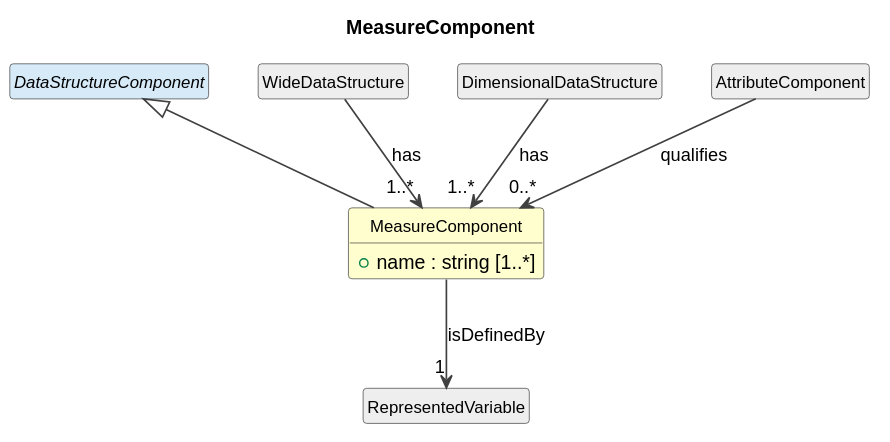
Cross-Domain-Interoperability-Framework/metadataBuildingBlocks keeps this PlantUML diagram as cdif-uml-model/_plantuml/cdifDataStructure/Classes/MeasureComponent.svg. Above is the earlier version.
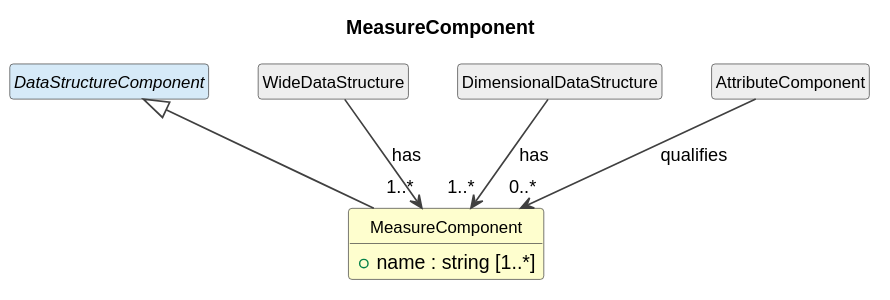
Above is the later version.

What changed in the source:
```diff
@@ -19,8 +19,6 @@
 WideDataStructure --> "1..*" MeasureComponent : has
 class "DimensionalDataStructure" as DimensionalDataStructure #EEEEEE
 DimensionalDataStructure --> "1..*" MeasureComponent : has
-class "RepresentedVariable" as RepresentedVariable #EEEEEE
-MeasureComponent --> "1" RepresentedVariable : isDefinedBy
 class "AttributeComponent" as AttributeComponent #EEEEEE
 AttributeComponent --> "0..*" MeasureComponent : qualifies
 @enduml
```
